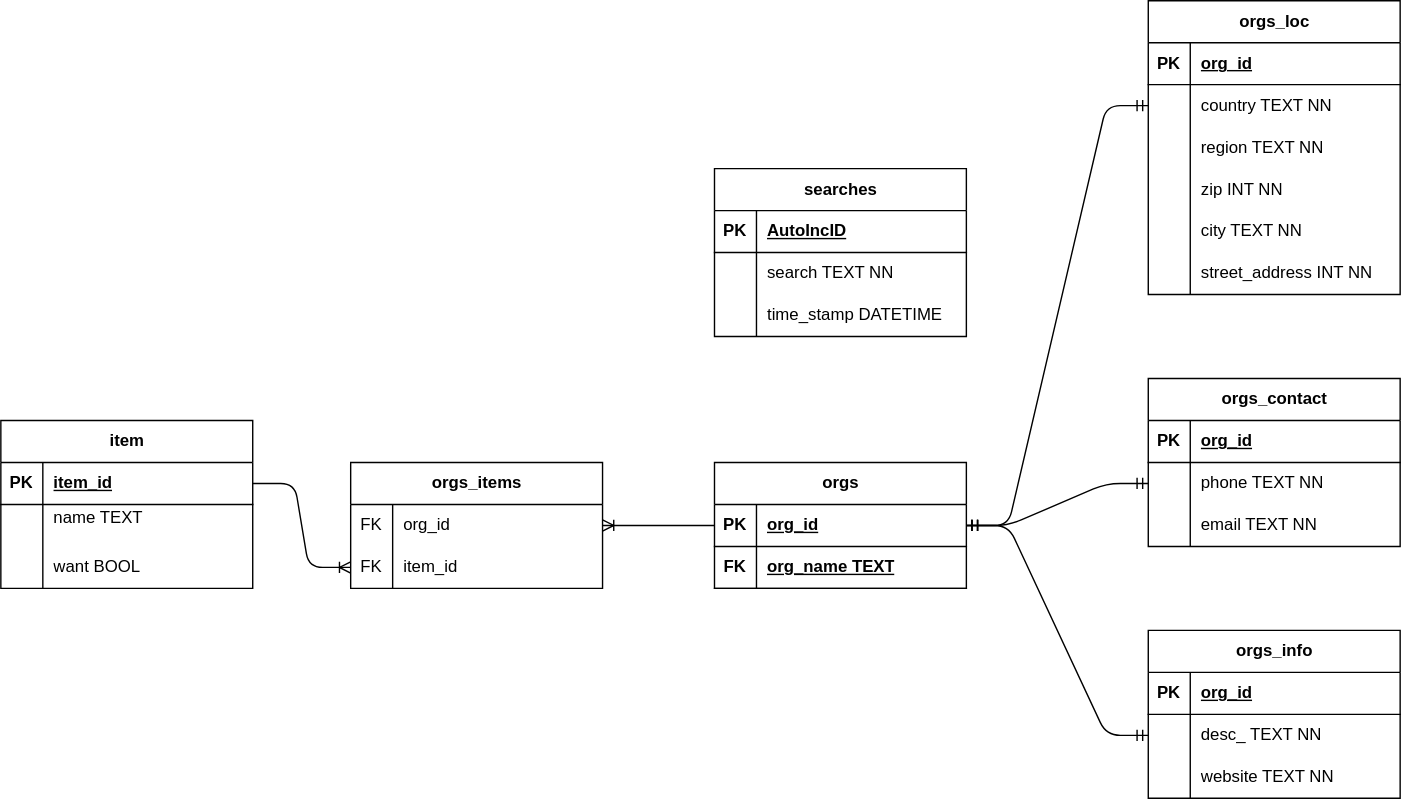
This is diagrams/database_schema.drawio.svg from kurealnum/non-profit-link, a draw.io export, as it was before one commit. Source tidied: cells renumbered, new cells last; positions are measured from the earlier drawing's top-left corner, leaving out a move shared by most shapes.
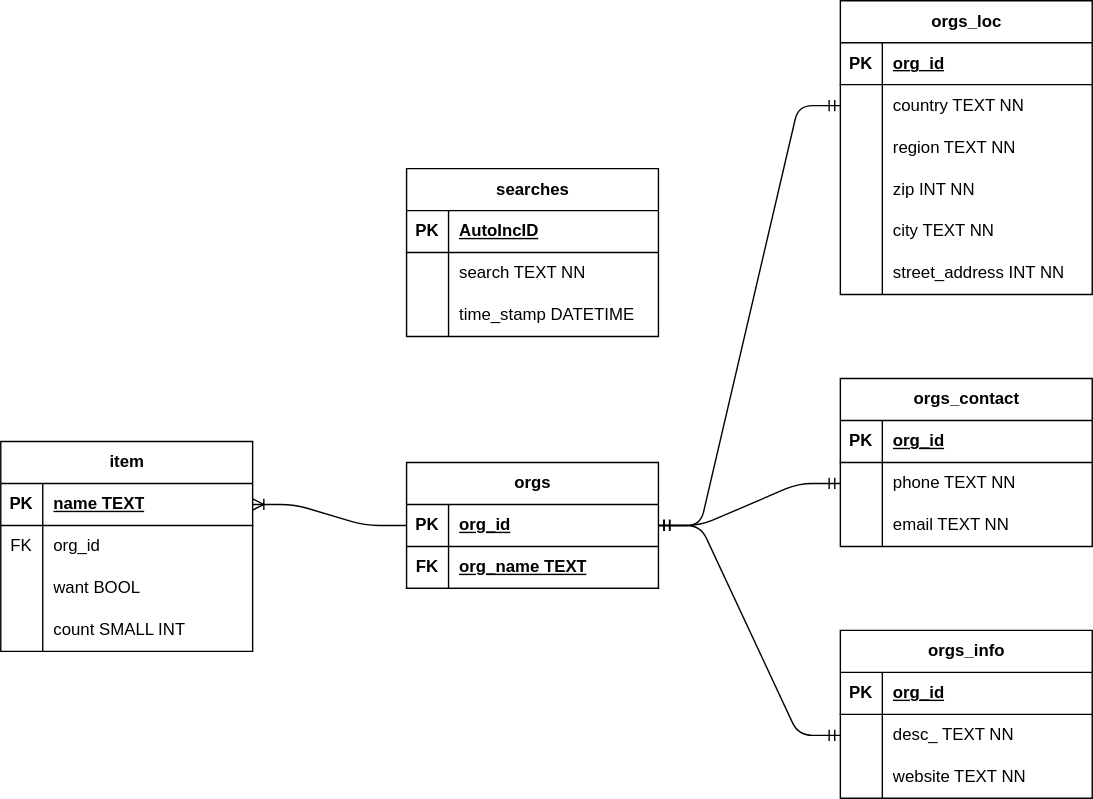
After the change.

Commit message:
Another new model, also udpated db schema

Diff of the diagram source:
```diff
@@ -185,29 +185,8 @@
         <mxPoint x="820" y="525" as="targetPoint" />
       </mxGeometry>
     </mxCell>
-    <mxCell id="61" value="orgs_items" style="shape=table;startSize=30;rowLines=0;fontStyle=1;align=center;html=1;" parent="1" vertex="1">
-      <mxGeometry x="250" y="330" width="180" height="90" as="geometry" />
-    </mxCell>
-    <mxCell id="62" style="shape=tableRow;horizontal=0;startSize=0;swimlaneHead=0;swimlaneBody=0;fillColor=none;points=[[0,0.5],[1,0.5]];portConstraint=eastwest;top=0;left=0;right=0;bottom=0;" parent="61" vertex="1">
-      <mxGeometry y="30" width="180" height="30" as="geometry" />
-    </mxCell>
-    <mxCell id="63" value="FK" style="shape=partialRectangle;fillColor=none;top=0;left=0;bottom=0;right=0;overflow=hidden;whiteSpace=wrap;html=1;" parent="62" vertex="1">
-      <mxGeometry width="30" height="30" as="geometry" />
-    </mxCell>
-    <mxCell id="64" value="org_id" style="shape=partialRectangle;fillColor=none;top=0;left=0;bottom=0;right=0;align=left;spacingLeft=6;overflow=hidden;whiteSpace=wrap;html=1;" parent="62" vertex="1">
-      <mxGeometry x="30" width="150" height="30" as="geometry" />
-    </mxCell>
-    <mxCell id="65" style="shape=tableRow;horizontal=0;startSize=0;swimlaneHead=0;swimlaneBody=0;fillColor=none;points=[[0,0.5],[1,0.5]];portConstraint=eastwest;top=0;left=0;right=0;bottom=0;" parent="61" vertex="1">
-      <mxGeometry y="60" width="180" height="30" as="geometry" />
-    </mxCell>
-    <mxCell id="66" value="FK" style="shape=partialRectangle;fillColor=none;top=0;left=0;bottom=0;right=0;overflow=hidden;whiteSpace=wrap;html=1;" parent="65" vertex="1">
-      <mxGeometry width="30" height="30" as="geometry" />
-    </mxCell>
-    <mxCell id="67" value="item_id" style="shape=partialRectangle;fillColor=none;top=0;left=0;bottom=0;right=0;align=left;spacingLeft=6;overflow=hidden;whiteSpace=wrap;html=1;" parent="65" vertex="1">
-      <mxGeometry x="30" width="150" height="30" as="geometry" />
-    </mxCell>
     <mxCell id="68" value="item" style="shape=table;startSize=30;rowLines=0;fontStyle=1;align=center;html=1;" parent="1" vertex="1">
-      <mxGeometry y="300" width="180" height="120" as="geometry" />
+      <mxGeometry x="220" y="315" width="180" height="150" as="geometry" />
     </mxCell>
     <mxCell id="69" style="shape=tableRow;horizontal=0;startSize=0;swimlaneHead=0;swimlaneBody=0;fillColor=none;points=[[0,0.5],[1,0.5]];portConstraint=eastwest;top=0;left=0;right=0;bottom=1;" parent="68" vertex="1">
       <mxGeometry y="30" width="180" height="30" as="geometry" />
@@ -215,16 +194,16 @@
     <mxCell id="70" value="PK" style="shape=partialRectangle;fillColor=none;top=0;left=0;bottom=0;right=0;fontStyle=1;overflow=hidden;whiteSpace=wrap;html=1;" parent="69" vertex="1">
       <mxGeometry width="30" height="30" as="geometry" />
     </mxCell>
-    <mxCell id="71" value="item_id" style="shape=partialRectangle;fillColor=none;top=0;left=0;bottom=0;right=0;align=left;spacingLeft=6;fontStyle=5;overflow=hidden;whiteSpace=wrap;html=1;" parent="69" vertex="1">
+    <mxCell id="71" value="name TEXT" style="shape=partialRectangle;fillColor=none;top=0;left=0;bottom=0;right=0;align=left;spacingLeft=6;fontStyle=5;overflow=hidden;whiteSpace=wrap;html=1;" parent="69" vertex="1">
       <mxGeometry x="30" width="150" height="30" as="geometry" />
     </mxCell>
     <mxCell id="72" style="shape=tableRow;horizontal=0;startSize=0;swimlaneHead=0;swimlaneBody=0;fillColor=none;top=0;left=0;right=0;bottom=0;" parent="68" vertex="1">
       <mxGeometry y="60" width="180" height="30" as="geometry" />
     </mxCell>
-    <mxCell id="73" style="shape=partialRectangle;fillColor=none;top=0;left=0;bottom=0;right=0;overflow=hidden;whiteSpace=wrap;html=1;" parent="72" vertex="1">
+    <mxCell id="73" value="FK" style="shape=partialRectangle;fillColor=none;top=0;left=0;bottom=0;right=0;overflow=hidden;whiteSpace=wrap;html=1;" parent="72" vertex="1">
       <mxGeometry width="30" height="30" as="geometry" />
     </mxCell>
-    <mxCell id="74" value="name TEXT&lt;span style=&quot;white-space: pre;&quot;&gt;&#9;&lt;/span&gt;" style="shape=partialRectangle;fillColor=none;top=0;left=0;bottom=0;right=0;align=left;spacingLeft=6;overflow=hidden;whiteSpace=wrap;html=1;" parent="72" vertex="1">
+    <mxCell id="74" value="org_id" style="shape=partialRectangle;fillColor=none;top=0;left=0;bottom=0;right=0;align=left;spacingLeft=6;overflow=hidden;whiteSpace=wrap;html=1;" parent="72" vertex="1">
       <mxGeometry x="30" width="150" height="30" as="geometry" />
     </mxCell>
     <mxCell id="75" style="shape=tableRow;horizontal=0;startSize=0;swimlaneHead=0;swimlaneBody=0;fillColor=none;top=0;left=0;right=0;bottom=0;" parent="68" vertex="1">
@@ -236,11 +215,17 @@
     <mxCell id="77" value="want BOOL" style="shape=partialRectangle;fillColor=none;top=0;left=0;bottom=0;right=0;align=left;spacingLeft=6;overflow=hidden;whiteSpace=wrap;html=1;" parent="75" vertex="1">
       <mxGeometry x="30" width="150" height="30" as="geometry" />
     </mxCell>
+    <mxCell id="80" style="shape=tableRow;horizontal=0;startSize=0;swimlaneHead=0;swimlaneBody=0;fillColor=none;top=0;left=0;right=0;bottom=0;" parent="68" vertex="1">
+      <mxGeometry y="120" width="180" height="30" as="geometry" />
+    </mxCell>
+    <mxCell id="81" style="shape=partialRectangle;fillColor=none;top=0;left=0;bottom=0;right=0;overflow=hidden;whiteSpace=wrap;html=1;" parent="80" vertex="1">
+      <mxGeometry width="30" height="30" as="geometry" />
+    </mxCell>
+    <mxCell id="82" value="count SMALL INT" style="shape=partialRectangle;fillColor=none;top=0;left=0;bottom=0;right=0;align=left;spacingLeft=6;overflow=hidden;whiteSpace=wrap;html=1;" parent="80" vertex="1">
+      <mxGeometry x="30" width="150" height="30" as="geometry" />
+    </mxCell>
-    <mxCell id="78" style="edgeStyle=entityRelationEdgeStyle;fontSize=12;html=1;endArrow=ERoneToMany;exitX=0;exitY=0.5;exitDx=0;exitDy=0;entryX=1;entryY=0.5;entryDx=0;entryDy=0;" parent="1" edge="1" source="13" target="62">
+    <mxCell id="78" style="edgeStyle=entityRelationEdgeStyle;fontSize=12;html=1;endArrow=ERoneToMany;exitX=0;exitY=0.5;exitDx=0;exitDy=0;entryX=1;entryY=0.5;entryDx=0;entryDy=0;" parent="1" edge="1" source="13" target="69">
       <mxGeometry relative="1" as="geometry" />
     </mxCell>
-    <mxCell id="79" style="edgeStyle=entityRelationEdgeStyle;fontSize=12;html=1;endArrow=ERoneToMany;entryX=0;entryY=0.5;entryDx=0;entryDy=0;" parent="1" edge="1" source="69" target="65">
-      <mxGeometry relative="1" as="geometry" />
-    </mxCell>
   </root>
 </mxGraphModel>
```
